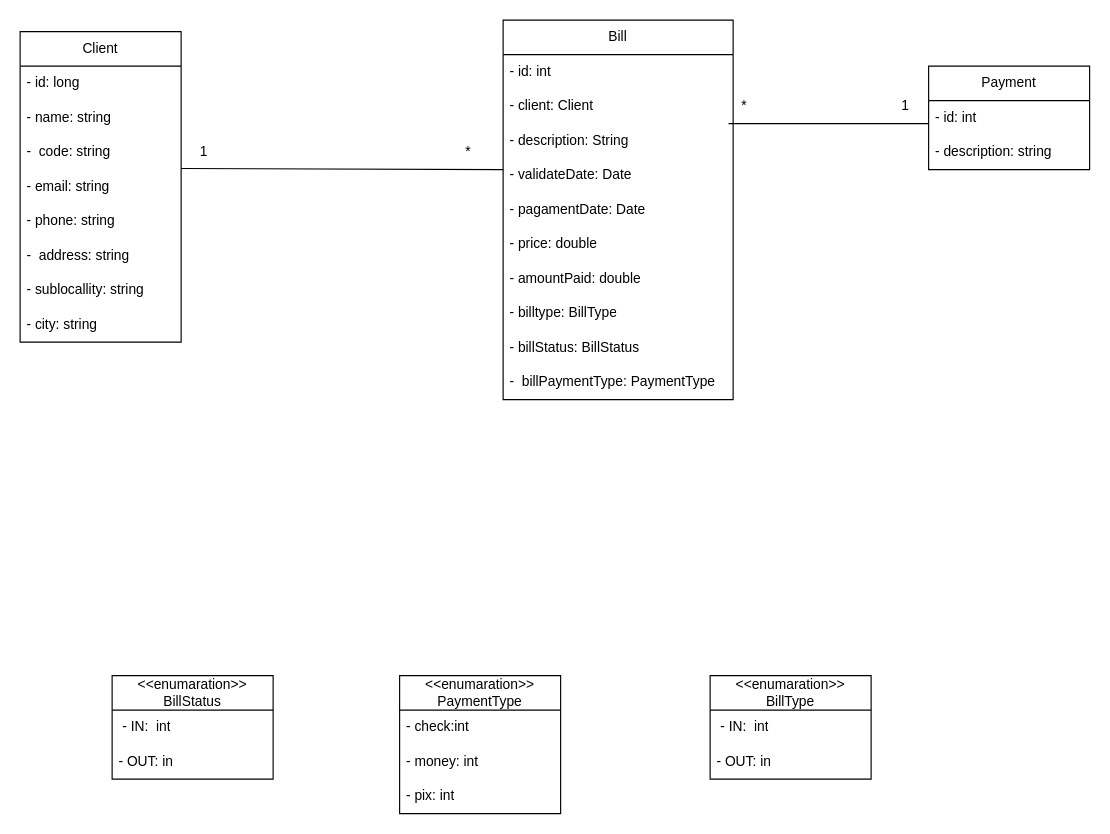
This is requirements/diagram.drawio from Luke0195/ws-payment, a draw.io file, before an edit. Source tidied: cells renumbered, new cells numbered last; positions are measured from the earlier drawing's top-left corner, leaving out a move shared by most shapes. Both pictures are drawn from the tidied source at 115%, with x=0, y=0 at pixel (20, 20).
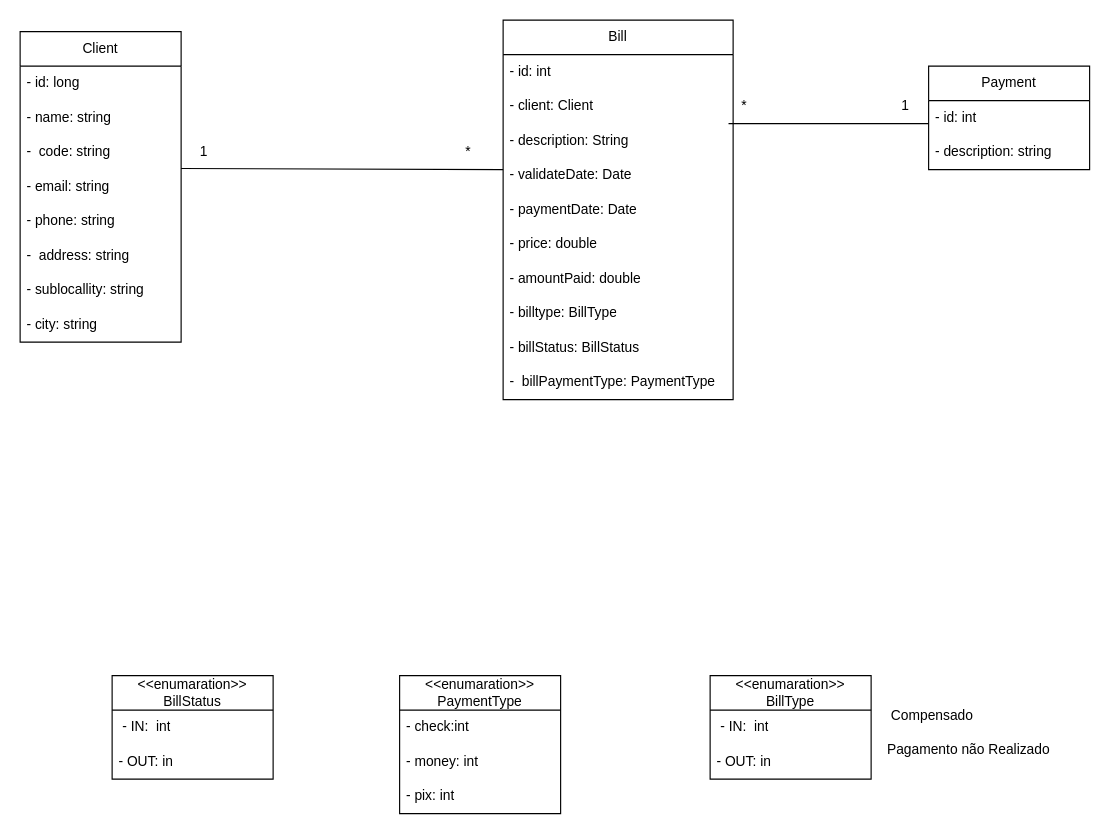
The same page after the edit.

The change refers to these unchanged cells:
```xml
<mxCell id="14" value="Bill" style="swimlane;fontStyle=0;horizontal=1;startSize=30;whiteSpace=wrap;html=1;" parent="1" vertex="1">
  <mxGeometry x="420" width="200" height="330" as="geometry" />
</mxCell>
```

The edit, as a diff of the source:
```diff
@@
-    <mxCell id="19" value="- pagamentDate: Date" style="text;strokeColor=none;fillColor=none;align=left;verticalAlign=middle;spacingLeft=4;spacingRight=4;overflow=hidden;whiteSpace=wrap;html=1;" parent="14" vertex="1">
+    <mxCell id="19" value="- paymentDate: Date" style="text;strokeColor=none;fillColor=none;align=left;verticalAlign=middle;spacingLeft=4;spacingRight=4;overflow=hidden;whiteSpace=wrap;html=1;" parent="14" vertex="1">
       <mxGeometry y="150" width="200" height="30" as="geometry" />
     </mxCell>
@@
+    <mxCell id="42" value="Compensado&amp;nbsp;" style="text;html=1;strokeColor=none;fillColor=none;align=center;verticalAlign=middle;whiteSpace=wrap;rounded=0;" parent="1" vertex="1">
+      <mxGeometry x="740" y="590" width="110" height="30" as="geometry" />
+    </mxCell>
+    <mxCell id="43" value="Pagamento não Realizado" style="text;html=1;strokeColor=none;fillColor=none;align=center;verticalAlign=middle;whiteSpace=wrap;rounded=0;" parent="1" vertex="1">
+      <mxGeometry x="740" y="620" width="170" height="30" as="geometry" />
+    </mxCell>
```
